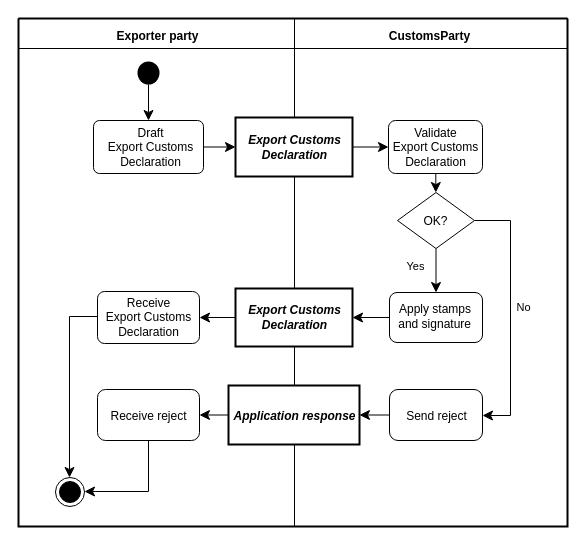
Above: diagrams/UBL-2.3-ExportCustomsDeclarationProcess/UBL-2.3-ExportCustomsDeclarationProcess.drawio in kduvekot/ubl-work-on-svg-images (draw.io), before the change. Source tidied: cells renumbered, new cells numbered last; positions are measured from the earlier drawing's top-left corner, leaving out a move shared by most shapes. Both pictures are drawn from the tidied source at 100%, with x=0, y=0 at pixel (18, 18).
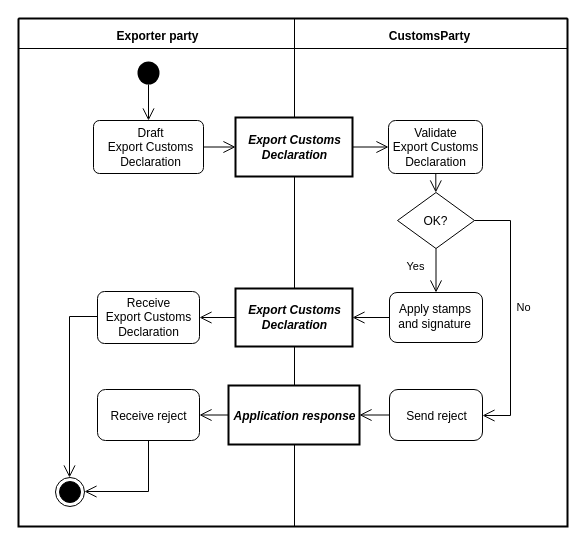
After the change.

Unchanged cells that the change refers to:
```xml
<mxCell id="2" style="swimlane;html=1;startSize=0;whiteSpace=wrap;fillColor=none;strokeWidth=2;" parent="1" vertex="1">
  <mxGeometry width="549" height="508" as="geometry" />
</mxCell>
<mxCell id="3" value="Exporter party" style="swimlane;horizontal=1;startSize=30;swimlaneLine=1;spacingTop=6;html=1;fillColor=none;fontStyle=1;spacing=0;spacingLeft=2;" parent="2" vertex="1">
  <mxGeometry width="276" height="508" as="geometry" />
</mxCell>
<mxCell id="4" value="CustomsParty" style="swimlane;horizontal=1;startSize=30;swimlaneLine=1;spacingTop=6;html=1;fillColor=none;fontStyle=1;spacing=0;spacingRight=3;" parent="2" vertex="1">
  <mxGeometry x="276" width="273" height="508" as="geometry" />
</mxCell>
<mxCell id="5" style="ellipse;shape=startState;fillColor=#000000;strokeColor=none;html=1;" parent="3" vertex="1">
  <mxGeometry x="115" y="39" width="30" height="31" as="geometry" />
</mxCell>
<mxCell id="6" value="Export Customs&lt;br&gt;Declaration" style="rounded=0;html=1;whiteSpace=nowrap;fontStyle=3;align=center;verticalAlign=middle;spacing=0;strokeWidth=2;" parent="4" vertex="1">
  <mxGeometry x="-59" y="99" width="117" height="59" as="geometry" />
</mxCell>
<mxCell id="7" value="Draft&lt;br&gt;Export Customs&lt;br&gt;Declaration" style="rounded=1;absoluteArcSize=1;arcSize=12;html=1;whiteSpace=nowrap;fontStyle=0;align=center;verticalAlign=middle;spacing=0;spacingLeft=4;" parent="3" vertex="1">
  <mxGeometry x="75" y="102" width="110" height="53" as="geometry" />
</mxCell>
<mxCell id="8" value="Validate&lt;br&gt;Export Customs&lt;br&gt;Declaration" style="rounded=1;absoluteArcSize=1;arcSize=14;html=1;whiteSpace=nowrap;fontStyle=0;align=center;verticalAlign=middle;spacing=0;" parent="4" vertex="1">
  <mxGeometry x="94" y="102" width="94" height="53" as="geometry" />
</mxCell>
<mxCell id="9" value="OK?" style="rhombus;html=1;whiteSpace=nowrap;fontStyle=0;align=center;verticalAlign=middle;spacing=0;spacingRight=1;spacingTop=2;" parent="4" vertex="1">
  <mxGeometry x="103" y="174" width="77" height="56" as="geometry" />
</mxCell>
<mxCell id="10" value="Export Customs&lt;br&gt;Declaration" style="rounded=0;html=1;whiteSpace=nowrap;fontStyle=3;align=center;verticalAlign=middle;spacing=0;strokeWidth=2;" parent="4" vertex="1">
  <mxGeometry x="-59" y="270" width="117" height="58" as="geometry" />
</mxCell>
<mxCell id="11" value="Receive&lt;br&gt;Export Customs&lt;br&gt;Declaration" style="rounded=1;absoluteArcSize=1;arcSize=14;html=1;whiteSpace=nowrap;fontStyle=0;align=center;verticalAlign=middle;spacing=0;" parent="3" vertex="1">
  <mxGeometry x="79" y="273" width="102" height="52" as="geometry" />
</mxCell>
<mxCell id="12" value="Apply stamps&lt;br&gt;and signature" style="rounded=1;absoluteArcSize=1;arcSize=15;html=1;whiteSpace=nowrap;fontStyle=0;align=right;verticalAlign=middle;spacing=0;spacingRight=12;spacingBottom=2;" parent="4" vertex="1">
  <mxGeometry x="95" y="274" width="93" height="50" as="geometry" />
</mxCell>
<mxCell id="13" value="Application response" style="rounded=0;html=1;whiteSpace=nowrap;fontStyle=3;align=center;verticalAlign=middle;spacing=0;spacingTop=3;strokeWidth=2;" parent="4" vertex="1">
  <mxGeometry x="-66" y="367" width="131" height="59" as="geometry" />
</mxCell>
<mxCell id="14" value="Receive reject" style="rounded=1;absoluteArcSize=1;arcSize=16;html=1;whiteSpace=nowrap;fontStyle=0;align=center;verticalAlign=middle;spacing=0;spacingTop=3;" parent="3" vertex="1">
  <mxGeometry x="79" y="371" width="102" height="51" as="geometry" />
</mxCell>
<mxCell id="15" value="Send reject" style="rounded=1;absoluteArcSize=1;arcSize=17;html=1;whiteSpace=nowrap;fontStyle=0;align=center;verticalAlign=middle;spacing=0;spacingTop=2;" parent="4" vertex="1">
  <mxGeometry x="95" y="371" width="93" height="51" as="geometry" />
</mxCell>
<mxCell id="16" style="ellipse;shape=endState;fillColor=#000000;html=1;" parent="3" vertex="1">
  <mxGeometry x="37" y="459" width="29" height="29" as="geometry" />
</mxCell>
```

Diff of the diagram source:
```diff
@@
-    <mxCell id="17" style="edgeStyle=none;rounded=0;html=1;endArrow=classic;endFill=1;endSize=8;exitPerimeter=0;entryX=0.5;entryY=0;entryPerimeter=0;exitX=0.5;exitY=0.8675;" parent="3" edge="1" source="5" target="7">
+    <mxCell id="17" style="edgeStyle=none;rounded=0;html=1;endArrow=open;endFill=0;endSize=10;exitPerimeter=0;entryX=0.5;entryY=0;entryPerimeter=0;exitX=0.5;exitY=0.8675;" parent="3" edge="1" source="5" target="7">
       <mxGeometry relative="1" as="geometry" />
     </mxCell>
-    <mxCell id="18" style="edgeStyle=none;rounded=0;html=1;endArrow=classic;endFill=1;endSize=8;exitX=1;exitY=0.5;exitPerimeter=0;entryX=0;entryY=0.5;entryPerimeter=0;" parent="2" edge="1" source="7" target="6">
+    <mxCell id="18" style="edgeStyle=none;rounded=0;html=1;endArrow=open;endFill=0;endSize=10;exitX=1;exitY=0.5;exitPerimeter=0;entryX=0;entryY=0.5;entryPerimeter=0;" parent="2" edge="1" source="7" target="6">
       <mxGeometry relative="1" as="geometry" />
     </mxCell>
-    <mxCell id="19" style="edgeStyle=none;rounded=0;html=1;endArrow=classic;endFill=1;endSize=8;exitX=1;exitY=0.5;exitPerimeter=0;entryX=0;entryY=0.5;entryPerimeter=0;" parent="4" edge="1" source="6" target="8">
+    <mxCell id="19" style="edgeStyle=none;rounded=0;html=1;endArrow=open;endFill=0;endSize=10;exitX=1;exitY=0.5;exitPerimeter=0;entryX=0;entryY=0.5;entryPerimeter=0;" parent="4" edge="1" source="6" target="8">
       <mxGeometry relative="1" as="geometry" />
     </mxCell>
-    <mxCell id="20" style="edgeStyle=none;rounded=0;html=1;endArrow=classic;endFill=1;endSize=8;exitPerimeter=0;entryX=0.4974;entryY=0;entryPerimeter=0;exitX=0.503189;exitY=1;" parent="4" edge="1" source="8" target="9">
+    <mxCell id="20" style="edgeStyle=none;rounded=0;html=1;endArrow=open;endFill=0;endSize=10;exitPerimeter=0;entryX=0.4974;entryY=0;entryPerimeter=0;exitX=0.503189;exitY=1;" parent="4" edge="1" source="8" target="9">
       <mxGeometry relative="1" as="geometry" />
     </mxCell>
-    <mxCell id="21" value="No" style="edgeStyle=orthogonalEdgeStyle;rounded=0;html=1;endArrow=classic;endFill=1;endSize=8;exitPerimeter=0;entryPerimeter=0;fontStyle=0;align=center;verticalAlign=middle;labelBackgroundColor=none;exitX=1;exitY=0.5;entryX=1;entryY=0.509804;" parent="4" edge="1" source="9" target="15">
+    <mxCell id="21" value="No" style="edgeStyle=orthogonalEdgeStyle;rounded=0;html=1;endArrow=open;endFill=0;endSize=10;exitPerimeter=0;entryPerimeter=0;fontStyle=0;align=center;verticalAlign=middle;labelBackgroundColor=none;exitX=1;exitY=0.5;entryX=1;entryY=0.509804;" parent="4" edge="1" source="9" target="15">
       <mxGeometry x="-0.05" relative="1" as="geometry">
         <Array as="points">
           <mxPoint x="216" y="202" />
           <mxPoint x="216" y="397" />
         </Array>
         <mxPoint x="13" as="offset" />
       </mxGeometry>
     </mxCell>
-    <mxCell id="22" value="Yes" style="edgeStyle=none;rounded=0;html=1;endArrow=classic;endFill=1;endSize=8;exitX=0.5;exitY=1;exitPerimeter=0;entryX=0.5;entryY=0;entryPerimeter=0;fontStyle=0;align=center;verticalAlign=middle;labelBackgroundColor=none;" parent="4" edge="1" source="9" target="12">
+    <mxCell id="22" value="Yes" style="edgeStyle=none;rounded=0;html=1;endArrow=open;endFill=0;endSize=10;exitX=0.5;exitY=1;exitPerimeter=0;entryX=0.5;entryY=0;entryPerimeter=0;fontStyle=0;align=center;verticalAlign=middle;labelBackgroundColor=none;" parent="4" edge="1" source="9" target="12">
       <mxGeometry x="-0.19" relative="1" as="geometry">
         <mxPoint x="-21" as="offset" />
       </mxGeometry>
     </mxCell>
-    <mxCell id="23" style="edgeStyle=none;rounded=0;html=1;endArrow=classic;endFill=1;endSize=8;exitX=0;exitY=0.5;exitPerimeter=0;entryX=1;entryY=0.5;entryPerimeter=0;" parent="2" edge="1" source="10" target="11">
+    <mxCell id="23" style="edgeStyle=none;rounded=0;html=1;endArrow=open;endFill=0;endSize=10;exitX=0;exitY=0.5;exitPerimeter=0;entryX=1;entryY=0.5;entryPerimeter=0;" parent="2" edge="1" source="10" target="11">
       <mxGeometry relative="1" as="geometry" />
     </mxCell>
-    <mxCell id="24" style="edgeStyle=none;rounded=0;html=1;endArrow=classic;endFill=1;endSize=8;exitX=0;exitY=0.5;exitPerimeter=0;entryX=1;entryY=0.5;entryPerimeter=0;" parent="4" edge="1" source="12" target="10">
+    <mxCell id="24" style="edgeStyle=none;rounded=0;html=1;endArrow=open;endFill=0;endSize=10;exitX=0;exitY=0.5;exitPerimeter=0;entryX=1;entryY=0.5;entryPerimeter=0;" parent="4" edge="1" source="12" target="10">
       <mxGeometry relative="1" as="geometry" />
     </mxCell>
-    <mxCell id="25" style="edgeStyle=orthogonalEdgeStyle;rounded=0;html=1;endArrow=classic;endFill=1;endSize=8;exitPerimeter=0;entryPerimeter=0;exitX=0;exitY=0.480769;entryX=0.482759;entryY=0;" parent="3" edge="1" source="11" target="16">
+    <mxCell id="25" style="edgeStyle=orthogonalEdgeStyle;rounded=0;html=1;endArrow=open;endFill=0;endSize=10;exitPerimeter=0;entryPerimeter=0;exitX=0;exitY=0.480769;entryX=0.482759;entryY=0;" parent="3" edge="1" source="11" target="16">
       <mxGeometry relative="1" as="geometry">
         <Array as="points">
           <mxPoint x="51" y="298" />
         </Array>
       </mxGeometry>
     </mxCell>
-    <mxCell id="26" style="edgeStyle=none;rounded=0;html=1;endArrow=classic;endFill=1;endSize=8;exitX=0;exitY=0.5;exitPerimeter=0;entryX=1;entryY=0.5;entryPerimeter=0;" parent="2" edge="1" source="13" target="14">
+    <mxCell id="26" style="edgeStyle=none;rounded=0;html=1;endArrow=open;endFill=0;endSize=10;exitX=0;exitY=0.5;exitPerimeter=0;entryX=1;entryY=0.5;entryPerimeter=0;" parent="2" edge="1" source="13" target="14">
       <mxGeometry relative="1" as="geometry" />
     </mxCell>
-    <mxCell id="27" style="edgeStyle=none;rounded=0;html=1;endArrow=classic;endFill=1;endSize=8;exitX=0;exitY=0.5;exitPerimeter=0;entryX=1;entryY=0.5;entryPerimeter=0;" parent="4" edge="1" source="15" target="13">
+    <mxCell id="27" style="edgeStyle=none;rounded=0;html=1;endArrow=open;endFill=0;endSize=10;exitX=0;exitY=0.5;exitPerimeter=0;entryX=1;entryY=0.5;entryPerimeter=0;" parent="4" edge="1" source="15" target="13">
       <mxGeometry relative="1" as="geometry" />
     </mxCell>
-    <mxCell id="28" style="edgeStyle=orthogonalEdgeStyle;rounded=0;html=1;endArrow=classic;endFill=1;endSize=8;exitPerimeter=0;entryPerimeter=0;exitX=0.5;exitY=1;entryX=1;entryY=0.482759;" parent="3" edge="1" source="14" target="16">
+    <mxCell id="28" style="edgeStyle=orthogonalEdgeStyle;rounded=0;html=1;endArrow=open;endFill=0;endSize=10;exitPerimeter=0;entryPerimeter=0;exitX=0.5;exitY=1;entryX=1;entryY=0.482759;" parent="3" edge="1" source="14" target="16">
       <mxGeometry relative="1" as="geometry">
         <Array as="points">
           <mxPoint x="130" y="473" />
         </Array>
       </mxGeometry>
     </mxCell>
```
